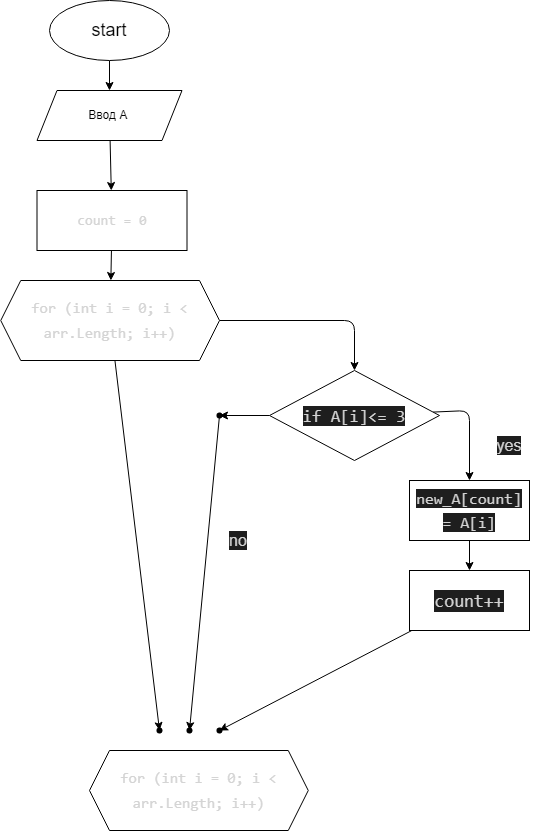
Before: itog/diagram.drawio.png, a diagram exported from draw.io (JuliaSukhova/Result). Source tidied: cells renumbered, new cells last; positions are measured from the earlier drawing's top-left corner, leaving out a move shared by most shapes. Source of this version:
```xml
<mxGraphModel>
  <root>
    <mxCell id="0" />
    <mxCell id="1" parent="0" />
    <mxCell id="2" style="edgeStyle=none;html=1;fontSize=18;" parent="1" edge="1" source="3">
      <mxGeometry relative="1" as="geometry">
        <mxPoint x="109" y="90" as="targetPoint" />
      </mxGeometry>
    </mxCell>
    <mxCell id="3" value="&lt;font style=&quot;font-size: 18px;&quot;&gt;start&lt;/font&gt;" style="ellipse;whiteSpace=wrap;html=1;" parent="1" vertex="1">
      <mxGeometry x="49" width="120" height="60" as="geometry" />
    </mxCell>
    <mxCell id="4" style="edgeStyle=none;html=1;" parent="1" edge="1" source="5" target="7">
      <mxGeometry relative="1" as="geometry" />
    </mxCell>
    <mxCell id="5" value="Ввод А&amp;nbsp;" style="shape=parallelogram;perimeter=parallelogramPerimeter;whiteSpace=wrap;html=1;fixedSize=1;" parent="1" vertex="1">
      <mxGeometry x="36.5" y="90" width="145" height="50" as="geometry" />
    </mxCell>
    <mxCell id="6" style="edgeStyle=none;html=1;fontSize=14;fontColor=#D4D4D4;" parent="1" edge="1" source="7" target="10">
      <mxGeometry relative="1" as="geometry" />
    </mxCell>
    <mxCell id="7" value="&lt;div style=&quot;font-family: Consolas, &amp;quot;Courier New&amp;quot;, monospace; font-size: 14px; line-height: 24px;&quot;&gt;&lt;font style=&quot;&quot; color=&quot;#d4d4d4&quot;&gt;count = 0&lt;/font&gt;&lt;/div&gt;" style="whiteSpace=wrap;html=1;" parent="1" vertex="1">
      <mxGeometry x="36.5" y="190" width="150" height="60" as="geometry" />
    </mxCell>
    <mxCell id="8" style="edgeStyle=none;html=1;fontSize=15;fontColor=#D4D4D4;entryX=0.5;entryY=0;entryDx=0;entryDy=0;" parent="1" edge="1" source="10" target="13">
      <mxGeometry relative="1" as="geometry">
        <Array as="points">
          <mxPoint x="354" y="320" />
        </Array>
      </mxGeometry>
    </mxCell>
    <mxCell id="9" style="edgeStyle=none;html=1;fontSize=16;fontColor=#D4D4D4;entryX=-0.039;entryY=0.209;entryDx=0;entryDy=0;entryPerimeter=0;" parent="1" edge="1" source="10" target="20">
      <mxGeometry relative="1" as="geometry" />
    </mxCell>
    <mxCell id="10" value="&lt;div style=&quot;font-family: Consolas, &amp;quot;Courier New&amp;quot;, monospace; line-height: 24px;&quot;&gt;&lt;font style=&quot;font-size: 15px;&quot; color=&quot;#d4d4d4&quot;&gt;for (int i = 0; i &amp;lt; arr.Length; i++)&lt;/font&gt;&lt;/div&gt;" style="shape=hexagon;perimeter=hexagonPerimeter2;whiteSpace=wrap;html=1;fixedSize=1;" parent="1" vertex="1">
      <mxGeometry x="0.2" y="280" width="218.8" height="80" as="geometry" />
    </mxCell>
    <mxCell id="11" style="edgeStyle=none;html=1;fontSize=17;fontColor=#D4D4D4;" parent="1" edge="1" source="13" target="15">
      <mxGeometry relative="1" as="geometry">
        <Array as="points">
          <mxPoint x="469" y="410" />
        </Array>
      </mxGeometry>
    </mxCell>
    <mxCell id="12" style="edgeStyle=none;html=1;fontSize=16;fontColor=#D4D4D4;" parent="1" edge="1" source="13" target="22">
      <mxGeometry relative="1" as="geometry" />
    </mxCell>
    <mxCell id="13" value="&lt;div style=&quot;font-family: Consolas, &amp;quot;Courier New&amp;quot;, monospace; font-size: 17px; line-height: 24px;&quot;&gt;&lt;span style=&quot;background-color: rgb(30, 30, 30);&quot;&gt;if &lt;font style=&quot;font-size: 17px;&quot;&gt;A&lt;/font&gt;[i]&amp;lt;= 3&lt;/span&gt;&lt;/div&gt;" style="rhombus;whiteSpace=wrap;html=1;labelBackgroundColor=none;fontSize=15;fontColor=#D4D4D4;" parent="1" vertex="1">
      <mxGeometry x="269" y="370" width="170" height="90" as="geometry" />
    </mxCell>
    <mxCell id="14" style="edgeStyle=none;html=1;fontSize=16;fontColor=#D4D4D4;" parent="1" edge="1" source="15" target="17">
      <mxGeometry relative="1" as="geometry" />
    </mxCell>
    <mxCell id="15" value="&lt;div style=&quot;font-family: Consolas, &amp;quot;Courier New&amp;quot;, monospace; font-size: 16px; line-height: 24px;&quot;&gt;&lt;span style=&quot;background-color: rgb(30, 30, 30);&quot;&gt;new_A[count] = A[i]&lt;/span&gt;&lt;/div&gt;" style="whiteSpace=wrap;html=1;fontSize=15;fontColor=#D4D4D4;labelBackgroundColor=none;" parent="1" vertex="1">
      <mxGeometry x="409" y="480" width="120" height="60" as="geometry" />
    </mxCell>
    <mxCell id="16" style="edgeStyle=none;html=1;fontSize=16;fontColor=#D4D4D4;" parent="1" edge="1" source="17" target="19">
      <mxGeometry relative="1" as="geometry" />
    </mxCell>
    <mxCell id="17" value="&lt;div style=&quot;font-family: Consolas, &amp;quot;Courier New&amp;quot;, monospace; font-size: 18px; line-height: 24px;&quot;&gt;&lt;span style=&quot;background-color: rgb(30, 30, 30);&quot;&gt;count++&lt;/span&gt;&lt;/div&gt;" style="whiteSpace=wrap;html=1;fontSize=15;fontColor=#D4D4D4;labelBackgroundColor=none;" parent="1" vertex="1">
      <mxGeometry x="409" y="570" width="120" height="60" as="geometry" />
    </mxCell>
    <mxCell id="18" value="yes" style="text;html=1;strokeColor=none;fillColor=none;align=center;verticalAlign=middle;whiteSpace=wrap;rounded=0;labelBackgroundColor=#1E1E1E;fontSize=16;fontColor=#D4D4D4;" parent="1" vertex="1">
      <mxGeometry x="479" y="430" width="60" height="30" as="geometry" />
    </mxCell>
    <mxCell id="19" style="shape=waypoint;sketch=0;size=6;points=[];fillColor=default;perimeter=centerPerimeter;snapToPoint=1;fontSize=15;fontColor=#D4D4D4;labelBackgroundColor=none;" parent="1" vertex="1">
      <mxGeometry x="209" y="720" width="20" height="20" as="geometry" />
    </mxCell>
    <mxCell id="20" style="shape=waypoint;sketch=0;size=6;points=[];fillColor=default;perimeter=centerPerimeter;snapToPoint=1;fontSize=15;fontColor=#D4D4D4;labelBackgroundColor=none;" parent="1" vertex="1">
      <mxGeometry x="149" y="720" width="20" height="20" as="geometry" />
    </mxCell>
    <mxCell id="21" style="edgeStyle=none;html=1;fontSize=16;fontColor=#D4D4D4;" parent="1" edge="1" source="22" target="23">
      <mxGeometry relative="1" as="geometry" />
    </mxCell>
    <mxCell id="22" style="shape=waypoint;sketch=0;size=6;points=[];fillColor=default;perimeter=centerPerimeter;snapToPoint=1;fontSize=15;fontColor=#D4D4D4;labelBackgroundColor=none;" parent="1" vertex="1">
      <mxGeometry x="209" y="405" width="20" height="20" as="geometry" />
    </mxCell>
    <mxCell id="23" style="shape=waypoint;sketch=0;size=6;points=[];fillColor=default;perimeter=centerPerimeter;snapToPoint=1;fontSize=15;fontColor=#D4D4D4;labelBackgroundColor=none;" parent="1" vertex="1">
      <mxGeometry x="179" y="720" width="20" height="20" as="geometry" />
    </mxCell>
    <mxCell id="24" value="no" style="text;html=1;strokeColor=none;fillColor=none;align=center;verticalAlign=middle;whiteSpace=wrap;rounded=0;labelBackgroundColor=#1E1E1E;fontSize=16;fontColor=#D4D4D4;" parent="1" vertex="1">
      <mxGeometry x="208" y="525" width="60" height="30" as="geometry" />
    </mxCell>
    <mxCell id="25" value="&lt;div style=&quot;font-family: Consolas, &amp;quot;Courier New&amp;quot;, monospace; line-height: 24px;&quot;&gt;&lt;font style=&quot;font-size: 15px;&quot; color=&quot;#d4d4d4&quot;&gt;for (int i = 0; i &amp;lt; arr.Length; i++)&lt;/font&gt;&lt;/div&gt;" style="shape=hexagon;perimeter=hexagonPerimeter2;whiteSpace=wrap;html=1;fixedSize=1;" parent="1" vertex="1">
      <mxGeometry x="89" y="750" width="218.8" height="80" as="geometry" />
    </mxCell>
  </root>
</mxGraphModel>
```
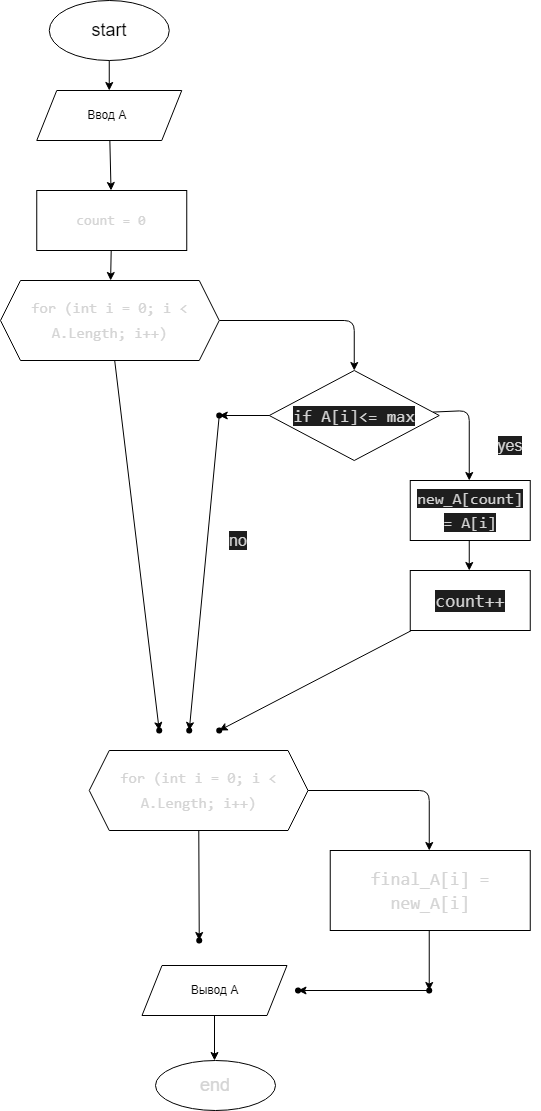
After the change.

Commit message:
Блок схема

What changed in the source:
```diff
@@ -4,85 +4,133 @@
     <mxCell id="1" parent="0" />
     <mxCell id="2" style="edgeStyle=none;html=1;fontSize=18;" parent="1" edge="1" source="3">
       <mxGeometry relative="1" as="geometry">
-        <mxPoint x="109" y="90" as="targetPoint" />
+        <mxPoint x="108.9" y="90" as="targetPoint" />
       </mxGeometry>
     </mxCell>
     <mxCell id="3" value="&lt;font style=&quot;font-size: 18px;&quot;&gt;start&lt;/font&gt;" style="ellipse;whiteSpace=wrap;html=1;" parent="1" vertex="1">
-      <mxGeometry x="49" width="120" height="60" as="geometry" />
+      <mxGeometry x="48.9" width="120" height="60" as="geometry" />
     </mxCell>
     <mxCell id="4" style="edgeStyle=none;html=1;" parent="1" edge="1" source="5" target="7">
       <mxGeometry relative="1" as="geometry" />
     </mxCell>
     <mxCell id="5" value="Ввод А&amp;nbsp;" style="shape=parallelogram;perimeter=parallelogramPerimeter;whiteSpace=wrap;html=1;fixedSize=1;" parent="1" vertex="1">
-      <mxGeometry x="36.5" y="90" width="145" height="50" as="geometry" />
+      <mxGeometry x="36.4" y="90" width="145" height="50" as="geometry" />
     </mxCell>
     <mxCell id="6" style="edgeStyle=none;html=1;fontSize=14;fontColor=#D4D4D4;" parent="1" edge="1" source="7" target="10">
       <mxGeometry relative="1" as="geometry" />
     </mxCell>
     <mxCell id="7" value="&lt;div style=&quot;font-family: Consolas, &amp;quot;Courier New&amp;quot;, monospace; font-size: 14px; line-height: 24px;&quot;&gt;&lt;font style=&quot;&quot; color=&quot;#d4d4d4&quot;&gt;count = 0&lt;/font&gt;&lt;/div&gt;" style="whiteSpace=wrap;html=1;" parent="1" vertex="1">
-      <mxGeometry x="36.5" y="190" width="150" height="60" as="geometry" />
+      <mxGeometry x="36.4" y="190" width="150" height="60" as="geometry" />
     </mxCell>
     <mxCell id="8" style="edgeStyle=none;html=1;fontSize=15;fontColor=#D4D4D4;entryX=0.5;entryY=0;entryDx=0;entryDy=0;" parent="1" edge="1" source="10" target="13">
       <mxGeometry relative="1" as="geometry">
         <Array as="points">
-          <mxPoint x="354" y="320" />
+          <mxPoint x="353.9" y="320" />
         </Array>
       </mxGeometry>
     </mxCell>
     <mxCell id="9" style="edgeStyle=none;html=1;fontSize=16;fontColor=#D4D4D4;entryX=-0.039;entryY=0.209;entryDx=0;entryDy=0;entryPerimeter=0;" parent="1" edge="1" source="10" target="20">
       <mxGeometry relative="1" as="geometry" />
     </mxCell>
-    <mxCell id="10" value="&lt;div style=&quot;font-family: Consolas, &amp;quot;Courier New&amp;quot;, monospace; line-height: 24px;&quot;&gt;&lt;font style=&quot;font-size: 15px;&quot; color=&quot;#d4d4d4&quot;&gt;for (int i = 0; i &amp;lt; arr.Length; i++)&lt;/font&gt;&lt;/div&gt;" style="shape=hexagon;perimeter=hexagonPerimeter2;whiteSpace=wrap;html=1;fixedSize=1;" parent="1" vertex="1">
+    <mxCell id="10" value="&lt;div style=&quot;font-family: Consolas, &amp;quot;Courier New&amp;quot;, monospace; line-height: 24px;&quot;&gt;&lt;font style=&quot;font-size: 15px;&quot; color=&quot;#d4d4d4&quot;&gt;for (int i = 0; i &amp;lt; A.Length; i++)&lt;/font&gt;&lt;/div&gt;" style="shape=hexagon;perimeter=hexagonPerimeter2;whiteSpace=wrap;html=1;fixedSize=1;" parent="1" vertex="1">
       <mxGeometry x="0.2" y="280" width="218.8" height="80" as="geometry" />
     </mxCell>
-    <mxCell id="11" style="edgeStyle=none;html=1;fontSize=17;fontColor=#D4D4D4;" parent="1" edge="1" source="13" target="15">
+    <mxCell id="11" style="edgeStyle=none;html=1;fontSize=17;fontColor=#D4D4D4;" parent="1" edge="1" source="13">
       <mxGeometry relative="1" as="geometry">
+        <mxPoint x="468.9" y="480" as="targetPoint" />
         <Array as="points">
-          <mxPoint x="469" y="410" />
+          <mxPoint x="468.9" y="410" />
         </Array>
       </mxGeometry>
     </mxCell>
     <mxCell id="12" style="edgeStyle=none;html=1;fontSize=16;fontColor=#D4D4D4;" parent="1" edge="1" source="13" target="22">
       <mxGeometry relative="1" as="geometry" />
     </mxCell>
-    <mxCell id="13" value="&lt;div style=&quot;font-family: Consolas, &amp;quot;Courier New&amp;quot;, monospace; font-size: 17px; line-height: 24px;&quot;&gt;&lt;span style=&quot;background-color: rgb(30, 30, 30);&quot;&gt;if &lt;font style=&quot;font-size: 17px;&quot;&gt;A&lt;/font&gt;[i]&amp;lt;= 3&lt;/span&gt;&lt;/div&gt;" style="rhombus;whiteSpace=wrap;html=1;labelBackgroundColor=none;fontSize=15;fontColor=#D4D4D4;" parent="1" vertex="1">
-      <mxGeometry x="269" y="370" width="170" height="90" as="geometry" />
+    <mxCell id="13" value="&lt;div style=&quot;font-family: Consolas, &amp;quot;Courier New&amp;quot;, monospace; font-size: 17px; line-height: 24px;&quot;&gt;&lt;span style=&quot;background-color: rgb(30, 30, 30);&quot;&gt;if &lt;font style=&quot;font-size: 17px;&quot;&gt;A&lt;/font&gt;[i]&amp;lt;= max&lt;/span&gt;&lt;/div&gt;" style="rhombus;whiteSpace=wrap;html=1;labelBackgroundColor=none;fontSize=15;fontColor=#D4D4D4;" parent="1" vertex="1">
+      <mxGeometry x="268.9" y="370" width="170" height="90" as="geometry" />
     </mxCell>
-    <mxCell id="14" style="edgeStyle=none;html=1;fontSize=16;fontColor=#D4D4D4;" parent="1" edge="1" source="15" target="17">
-      <mxGeometry relative="1" as="geometry" />
+    <mxCell id="14" style="edgeStyle=none;html=1;fontSize=16;fontColor=#D4D4D4;" parent="1" edge="1">
+      <mxGeometry relative="1" as="geometry">
+        <mxPoint x="468.9" y="540" as="sourcePoint" />
+        <mxPoint x="468.9" y="570" as="targetPoint" />
+      </mxGeometry>
     </mxCell>
     <mxCell id="15" value="&lt;div style=&quot;font-family: Consolas, &amp;quot;Courier New&amp;quot;, monospace; font-size: 16px; line-height: 24px;&quot;&gt;&lt;span style=&quot;background-color: rgb(30, 30, 30);&quot;&gt;new_A[count] = A[i]&lt;/span&gt;&lt;/div&gt;" style="whiteSpace=wrap;html=1;fontSize=15;fontColor=#D4D4D4;labelBackgroundColor=none;" parent="1" vertex="1">
-      <mxGeometry x="409" y="480" width="120" height="60" as="geometry" />
+      <mxGeometry x="409.9" y="480" width="120" height="60" as="geometry" />
     </mxCell>
-    <mxCell id="16" style="edgeStyle=none;html=1;fontSize=16;fontColor=#D4D4D4;" parent="1" edge="1" source="17" target="19">
-      <mxGeometry relative="1" as="geometry" />
+    <mxCell id="16" style="edgeStyle=none;html=1;fontSize=16;fontColor=#D4D4D4;" parent="1" edge="1" target="19">
+      <mxGeometry relative="1" as="geometry">
+        <mxPoint x="411.3" y="630" as="sourcePoint" />
+      </mxGeometry>
     </mxCell>
     <mxCell id="17" value="&lt;div style=&quot;font-family: Consolas, &amp;quot;Courier New&amp;quot;, monospace; font-size: 18px; line-height: 24px;&quot;&gt;&lt;span style=&quot;background-color: rgb(30, 30, 30);&quot;&gt;count++&lt;/span&gt;&lt;/div&gt;" style="whiteSpace=wrap;html=1;fontSize=15;fontColor=#D4D4D4;labelBackgroundColor=none;" parent="1" vertex="1">
-      <mxGeometry x="409" y="570" width="120" height="60" as="geometry" />
+      <mxGeometry x="409.9" y="570" width="120" height="60" as="geometry" />
     </mxCell>
     <mxCell id="18" value="yes" style="text;html=1;strokeColor=none;fillColor=none;align=center;verticalAlign=middle;whiteSpace=wrap;rounded=0;labelBackgroundColor=#1E1E1E;fontSize=16;fontColor=#D4D4D4;" parent="1" vertex="1">
-      <mxGeometry x="479" y="430" width="60" height="30" as="geometry" />
+      <mxGeometry x="479.9" y="430" width="60" height="30" as="geometry" />
     </mxCell>
     <mxCell id="19" style="shape=waypoint;sketch=0;size=6;points=[];fillColor=default;perimeter=centerPerimeter;snapToPoint=1;fontSize=15;fontColor=#D4D4D4;labelBackgroundColor=none;" parent="1" vertex="1">
-      <mxGeometry x="209" y="720" width="20" height="20" as="geometry" />
+      <mxGeometry x="208.9" y="720" width="20" height="20" as="geometry" />
     </mxCell>
     <mxCell id="20" style="shape=waypoint;sketch=0;size=6;points=[];fillColor=default;perimeter=centerPerimeter;snapToPoint=1;fontSize=15;fontColor=#D4D4D4;labelBackgroundColor=none;" parent="1" vertex="1">
-      <mxGeometry x="149" y="720" width="20" height="20" as="geometry" />
+      <mxGeometry x="148.9" y="720" width="20" height="20" as="geometry" />
     </mxCell>
     <mxCell id="21" style="edgeStyle=none;html=1;fontSize=16;fontColor=#D4D4D4;" parent="1" edge="1" source="22" target="23">
       <mxGeometry relative="1" as="geometry" />
     </mxCell>
     <mxCell id="22" style="shape=waypoint;sketch=0;size=6;points=[];fillColor=default;perimeter=centerPerimeter;snapToPoint=1;fontSize=15;fontColor=#D4D4D4;labelBackgroundColor=none;" parent="1" vertex="1">
-      <mxGeometry x="209" y="405" width="20" height="20" as="geometry" />
+      <mxGeometry x="208.9" y="405" width="20" height="20" as="geometry" />
     </mxCell>
     <mxCell id="23" style="shape=waypoint;sketch=0;size=6;points=[];fillColor=default;perimeter=centerPerimeter;snapToPoint=1;fontSize=15;fontColor=#D4D4D4;labelBackgroundColor=none;" parent="1" vertex="1">
-      <mxGeometry x="179" y="720" width="20" height="20" as="geometry" />
+      <mxGeometry x="178.9" y="720" width="20" height="20" as="geometry" />
     </mxCell>
     <mxCell id="24" value="no" style="text;html=1;strokeColor=none;fillColor=none;align=center;verticalAlign=middle;whiteSpace=wrap;rounded=0;labelBackgroundColor=#1E1E1E;fontSize=16;fontColor=#D4D4D4;" parent="1" vertex="1">
-      <mxGeometry x="208" y="525" width="60" height="30" as="geometry" />
+      <mxGeometry x="207.9" y="525" width="60" height="30" as="geometry" />
     </mxCell>
+    <mxCell id="26" style="edgeStyle=none;html=1;fontSize=16;fontColor=#D4D4D4;" parent="1" edge="1" source="25">
+      <mxGeometry relative="1" as="geometry">
+        <mxPoint x="428.9" y="850" as="targetPoint" />
+        <Array as="points">
+          <mxPoint x="428.9" y="790" />
+        </Array>
+      </mxGeometry>
+    </mxCell>
+    <mxCell id="27" style="edgeStyle=none;html=1;fontSize=16;fontColor=#D4D4D4;" parent="1" edge="1" source="25" target="30">
+      <mxGeometry relative="1" as="geometry" />
+    </mxCell>
-    <mxCell id="25" value="&lt;div style=&quot;font-family: Consolas, &amp;quot;Courier New&amp;quot;, monospace; line-height: 24px;&quot;&gt;&lt;font style=&quot;font-size: 15px;&quot; color=&quot;#d4d4d4&quot;&gt;for (int i = 0; i &amp;lt; arr.Length; i++)&lt;/font&gt;&lt;/div&gt;" style="shape=hexagon;perimeter=hexagonPerimeter2;whiteSpace=wrap;html=1;fixedSize=1;" parent="1" vertex="1">
-      <mxGeometry x="89" y="750" width="218.8" height="80" as="geometry" />
+    <mxCell id="25" value="&lt;div style=&quot;font-family: Consolas, &amp;quot;Courier New&amp;quot;, monospace; line-height: 24px;&quot;&gt;&lt;font style=&quot;font-size: 15px;&quot; color=&quot;#d4d4d4&quot;&gt;for (int i = 0; i &amp;lt; A.Length; i++)&lt;/font&gt;&lt;/div&gt;" style="shape=hexagon;perimeter=hexagonPerimeter2;whiteSpace=wrap;html=1;fixedSize=1;" parent="1" vertex="1">
+      <mxGeometry x="88.9" y="750" width="218.8" height="80" as="geometry" />
     </mxCell>
+    <mxCell id="28" style="edgeStyle=none;html=1;fontSize=16;fontColor=#D4D4D4;" parent="1" edge="1" target="32">
+      <mxGeometry relative="1" as="geometry">
+        <mxPoint x="428.9" y="930" as="sourcePoint" />
+      </mxGeometry>
+    </mxCell>
+    <mxCell id="29" value="&lt;div style=&quot;font-family: Consolas, &amp;quot;Courier New&amp;quot;, monospace; font-size: 18px; line-height: 24px;&quot;&gt;&lt;font style=&quot;&quot; color=&quot;#d4d4d4&quot;&gt;final_A[i] = new_A[i]&lt;/font&gt;&lt;/div&gt;" style="whiteSpace=wrap;html=1;" parent="1" vertex="1">
+      <mxGeometry x="329.9" y="850" width="200" height="80" as="geometry" />
+    </mxCell>
+    <mxCell id="30" style="shape=waypoint;sketch=0;size=6;points=[];fillColor=default;perimeter=centerPerimeter;snapToPoint=1;" parent="1" vertex="1">
+      <mxGeometry x="188.9" y="930" width="20" height="20" as="geometry" />
+    </mxCell>
+    <mxCell id="31" style="edgeStyle=none;html=1;fontSize=16;fontColor=#D4D4D4;" parent="1" edge="1" source="32" target="33">
+      <mxGeometry relative="1" as="geometry" />
+    </mxCell>
+    <mxCell id="32" style="shape=waypoint;sketch=0;size=6;points=[];fillColor=default;perimeter=centerPerimeter;snapToPoint=1;" parent="1" vertex="1">
+      <mxGeometry x="418.9" y="980" width="20" height="20" as="geometry" />
+    </mxCell>
+    <mxCell id="33" style="shape=waypoint;sketch=0;size=6;points=[];fillColor=default;perimeter=centerPerimeter;snapToPoint=1;" parent="1" vertex="1">
+      <mxGeometry x="287.7" y="980" width="20" height="20" as="geometry" />
+    </mxCell>
+    <mxCell id="34" style="edgeStyle=none;html=1;fontSize=16;fontColor=#D4D4D4;" parent="1" edge="1" source="35">
+      <mxGeometry relative="1" as="geometry">
+        <mxPoint x="214.2" y="1060" as="targetPoint" />
+      </mxGeometry>
+    </mxCell>
+    <mxCell id="35" value="Вывод А" style="shape=parallelogram;perimeter=parallelogramPerimeter;whiteSpace=wrap;html=1;fixedSize=1;" parent="1" vertex="1">
+      <mxGeometry x="141.7" y="965" width="145" height="50" as="geometry" />
+    </mxCell>
+    <mxCell id="36" value="end" style="ellipse;whiteSpace=wrap;html=1;fontSize=18;labelBackgroundColor=none;fontColor=#D4D4D4;" parent="1" vertex="1">
+      <mxGeometry x="155.2" y="1060" width="120" height="50" as="geometry" />
+    </mxCell>
   </root>
 </mxGraphModel>
```
